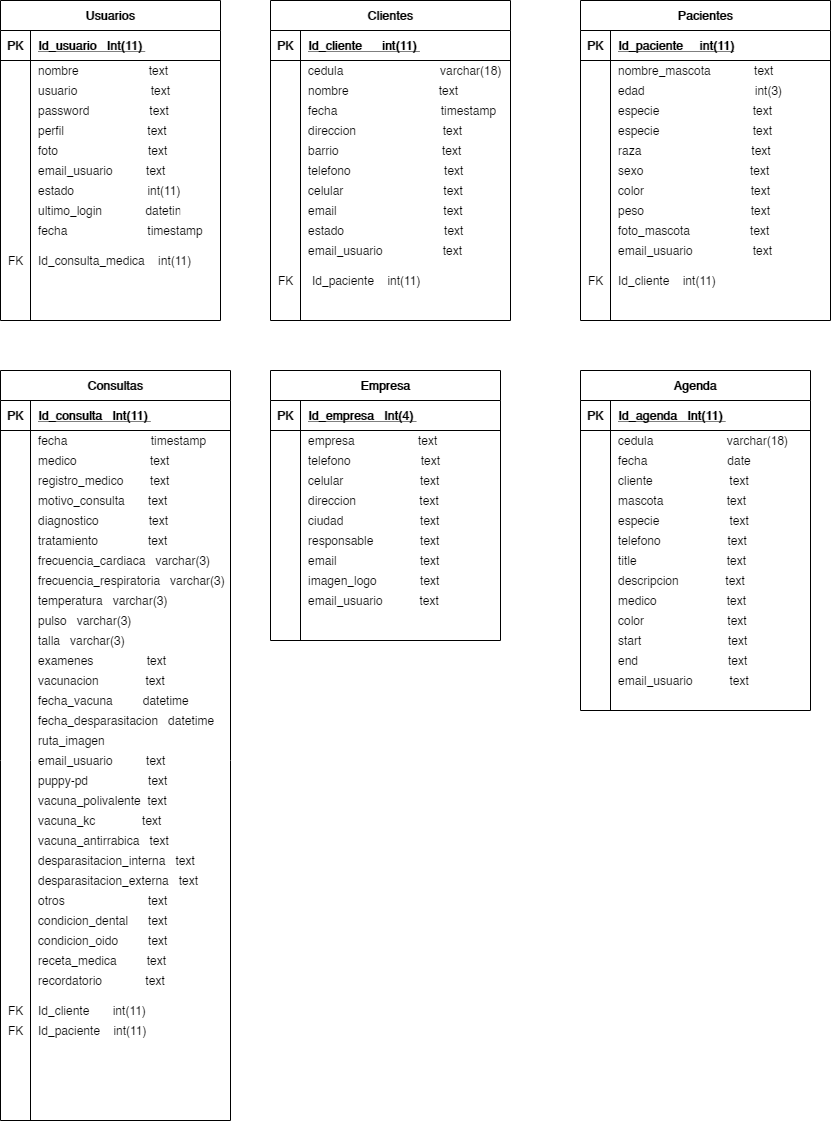
The draw.io diagram Untitled Diagram.png in heberthm/ejemplos-blog, before a commit. Source tidied: cells renumbered, new cells last; positions are measured from the earlier drawing's top-left corner, leaving out a move shared by most shapes.
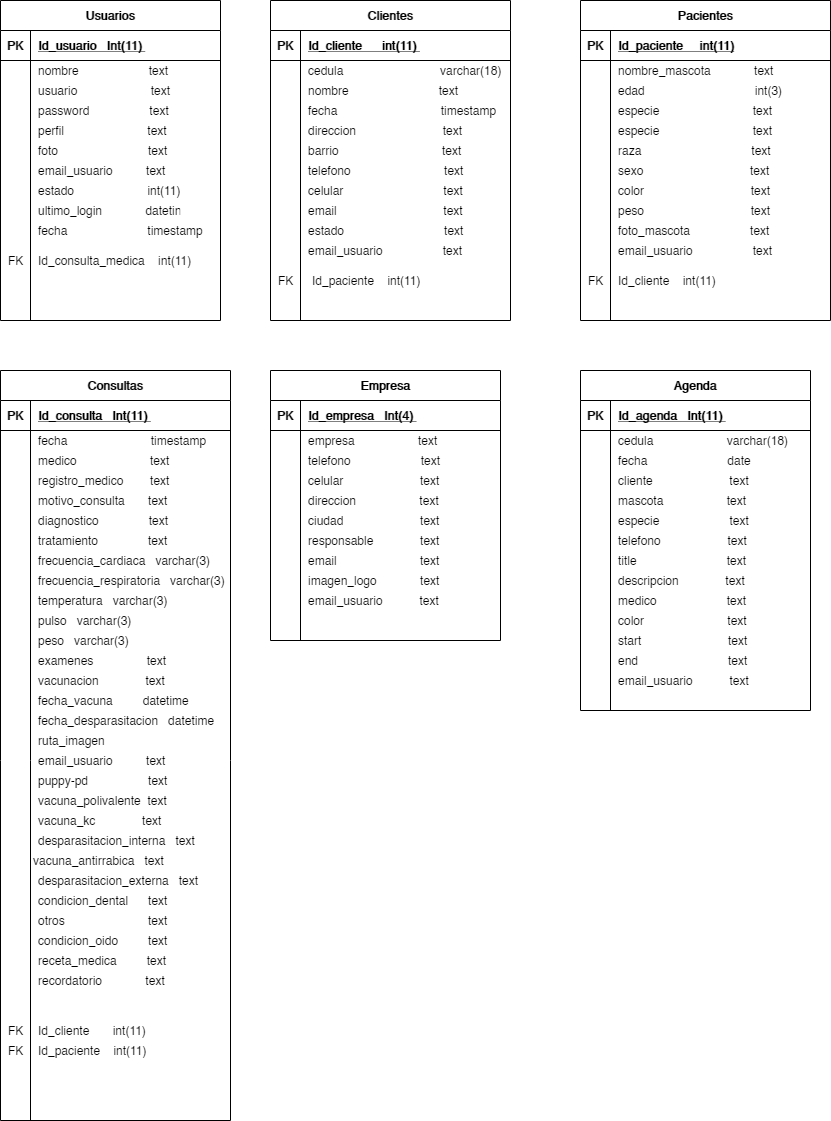
Above is the later version.

What changed in the source:
```diff
@@ -380,7 +380,7 @@
     <mxCell id="127" value="pulso   varchar(3)" style="shape=partialRectangle;fillColor=none;top=0;left=0;bottom=0;right=0;align=left;spacingLeft=6;overflow=hidden;" parent="1" vertex="1">
       <mxGeometry x="30" y="610" width="200" height="20" as="geometry" />
     </mxCell>
-    <mxCell id="128" value="talla   varchar(3)" style="shape=partialRectangle;fillColor=none;top=0;left=0;bottom=0;right=0;align=left;spacingLeft=6;overflow=hidden;" parent="1" vertex="1">
+    <mxCell id="128" value="peso   varchar(3)" style="shape=partialRectangle;fillColor=none;top=0;left=0;bottom=0;right=0;align=left;spacingLeft=6;overflow=hidden;" parent="1" vertex="1">
       <mxGeometry x="30" y="630" width="200" height="20" as="geometry" />
     </mxCell>
     <mxCell id="129" value="examenes                text" style="shape=partialRectangle;fillColor=none;top=0;left=0;bottom=0;right=0;align=left;spacingLeft=6;overflow=hidden;" parent="1" vertex="1">
@@ -393,7 +393,7 @@
       <mxGeometry x="30" y="690" width="200" height="20" as="geometry" />
     </mxCell>
     <mxCell id="132" value="desparasitacion_interna   text" style="shape=partialRectangle;fillColor=none;top=0;left=0;bottom=0;right=0;align=left;spacingLeft=6;overflow=hidden;" parent="1" vertex="1">
-      <mxGeometry x="30" y="850" width="200" height="20" as="geometry" />
+      <mxGeometry x="30" y="830" width="200" height="20" as="geometry" />
     </mxCell>
     <mxCell id="133" value="fecha_desparasitacion   datetime" style="shape=partialRectangle;fillColor=none;top=0;left=0;bottom=0;right=0;align=left;spacingLeft=6;overflow=hidden;" parent="1" vertex="1">
       <mxGeometry x="30" y="710" width="200" height="20" as="geometry" />
@@ -405,16 +405,16 @@
       <mxGeometry x="30" y="750" width="200" height="20" as="geometry" />
     </mxCell>
     <mxCell id="136" value="Id_cliente       int(11)" style="shape=partialRectangle;fillColor=none;top=0;left=0;bottom=0;right=0;align=left;spacingLeft=6;overflow=hidden;" parent="1" vertex="1">
-      <mxGeometry x="30" y="1000" width="170" height="20" as="geometry" />
+      <mxGeometry x="30" y="1020" width="170" height="20" as="geometry" />
     </mxCell>
     <mxCell id="137" value="FK" style="shape=partialRectangle;fillColor=none;top=0;left=0;bottom=0;right=0;align=left;spacingLeft=6;overflow=hidden;" parent="1" vertex="1">
-      <mxGeometry y="1000" width="40" height="20" as="geometry" />
+      <mxGeometry y="1020" width="40" height="20" as="geometry" />
     </mxCell>
     <mxCell id="138" value="Id_paciente    int(11)" style="shape=partialRectangle;fillColor=none;top=0;left=0;bottom=0;right=0;align=left;spacingLeft=6;overflow=hidden;" parent="1" vertex="1">
-      <mxGeometry x="30" y="1020" width="170" height="20" as="geometry" />
+      <mxGeometry x="30" y="1040" width="170" height="20" as="geometry" />
     </mxCell>
     <mxCell id="139" value="FK" style="shape=partialRectangle;fillColor=none;top=0;left=0;bottom=0;right=0;align=left;spacingLeft=6;overflow=hidden;" parent="1" vertex="1">
-      <mxGeometry y="1020" width="40" height="20" as="geometry" />
+      <mxGeometry y="1040" width="35" height="20" as="geometry" />
     </mxCell>
     <mxCell id="140" value="Empresa" style="shape=table;startSize=30;rowLines=0;fontStyle=1;align=center;" parent="1" vertex="1">
       <mxGeometry x="270" y="370" width="230" height="270" as="geometry" />
@@ -636,16 +636,16 @@
       <mxGeometry x="30" y="810" width="200" height="20" as="geometry" />
     </mxCell>
     <mxCell id="213" value="vacuna_antirrabica   text" style="shape=partialRectangle;fillColor=none;top=0;left=0;bottom=0;right=0;align=left;spacingLeft=6;overflow=hidden;" parent="1" vertex="1">
-      <mxGeometry x="30" y="830" width="200" height="20" as="geometry" />
+      <mxGeometry x="25" y="850" width="200" height="20" as="geometry" />
     </mxCell>
     <mxCell id="214" value="desparasitacion_externa   text" style="shape=partialRectangle;fillColor=none;top=0;left=0;bottom=0;right=0;align=left;spacingLeft=6;overflow=hidden;" parent="1" vertex="1">
       <mxGeometry x="30" y="870" width="200" height="20" as="geometry" />
     </mxCell>
     <mxCell id="215" value="otros                         text" style="shape=partialRectangle;fillColor=none;top=0;left=0;bottom=0;right=0;align=left;spacingLeft=6;overflow=hidden;" parent="1" vertex="1">
-      <mxGeometry x="30" y="890" width="200" height="20" as="geometry" />
+      <mxGeometry x="30" y="910" width="200" height="20" as="geometry" />
     </mxCell>
     <mxCell id="216" value="condicion_dental      text" style="shape=partialRectangle;fillColor=none;top=0;left=0;bottom=0;right=0;align=left;spacingLeft=6;overflow=hidden;" parent="1" vertex="1">
-      <mxGeometry x="30" y="910" width="200" height="20" as="geometry" />
+      <mxGeometry x="30" y="890" width="200" height="20" as="geometry" />
     </mxCell>
     <mxCell id="217" value="condicion_oido         text" style="shape=partialRectangle;fillColor=none;top=0;left=0;bottom=0;right=0;align=left;spacingLeft=6;overflow=hidden;" parent="1" vertex="1">
       <mxGeometry x="30" y="930" width="200" height="20" as="geometry" />
```
